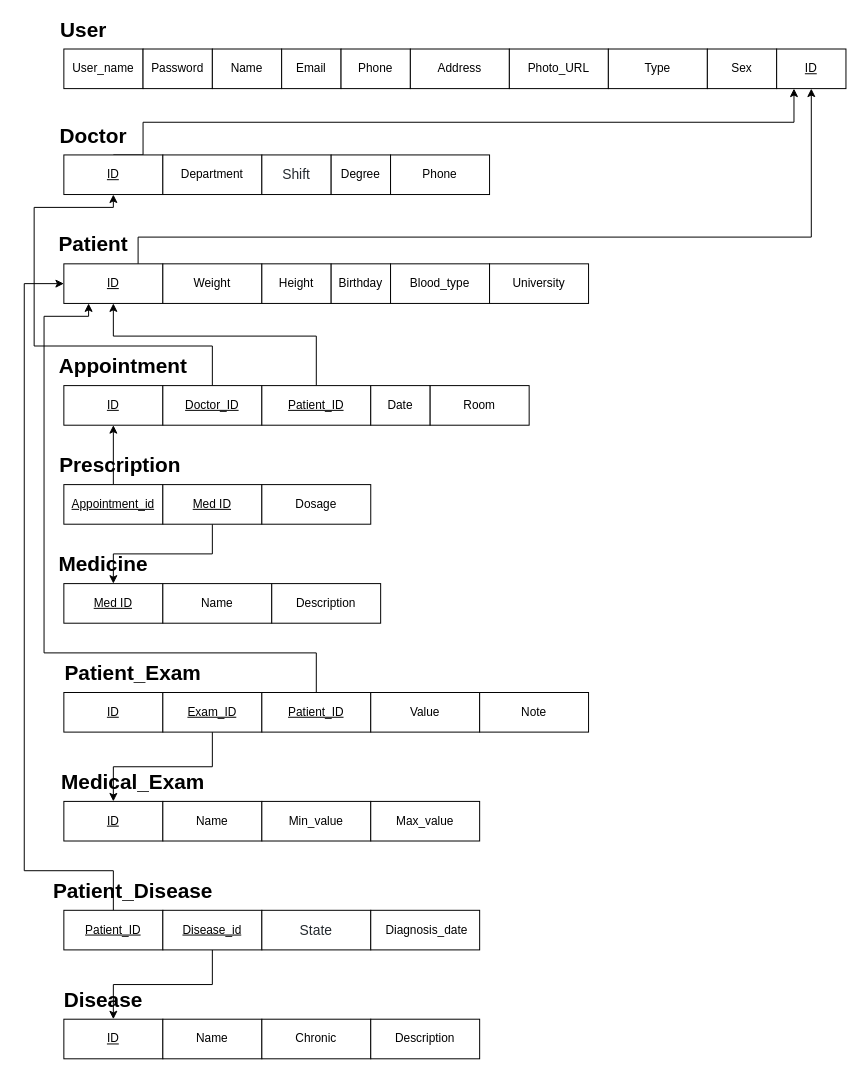
This is docs/schema/schema.drawio from teamGamed/dataBase, a draw.io file, before an edit. Source tidied: cells renumbered, new cells numbered last; positions are measured from the earlier drawing's top-left corner, leaving out a move shared by most shapes. Both pictures are drawn from the tidied source at 99%, with x=0, y=0 at pixel (24, 19).
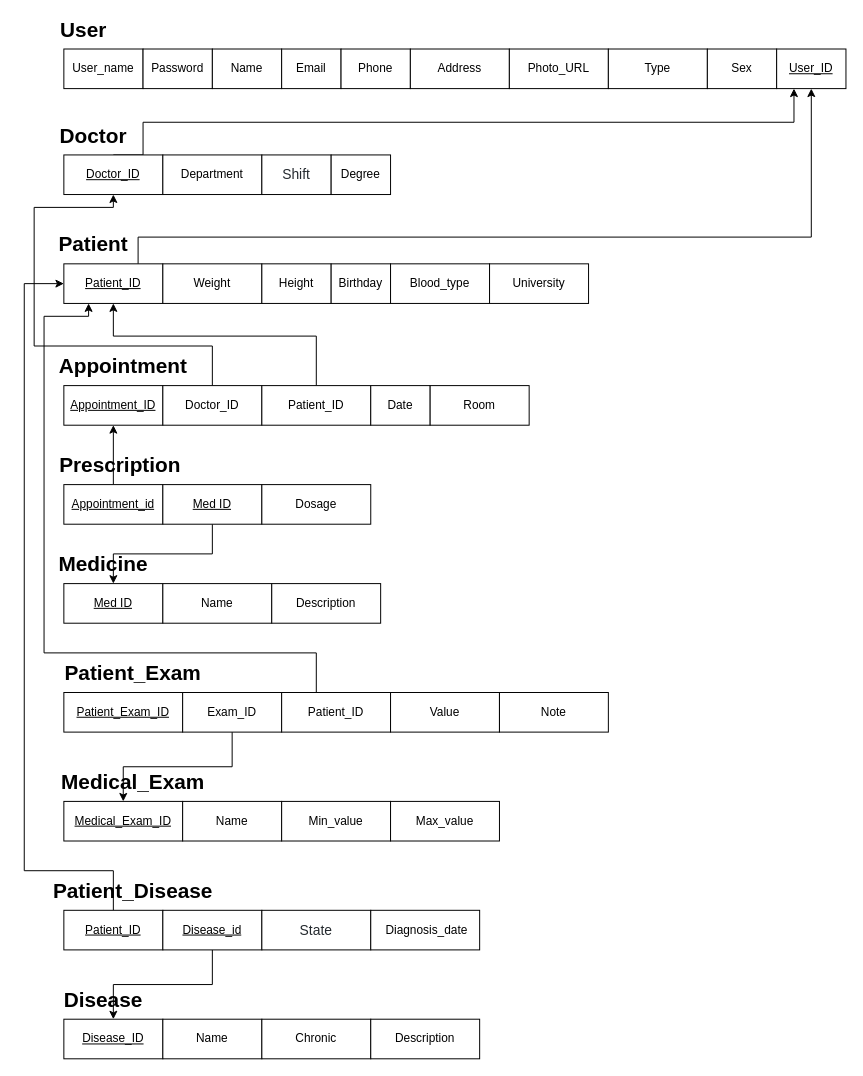
The same page after the edit.

Commit message (it also covers changes not shown here):
fixing (Schema issue #5) - remove Phone field from doctor table - remove underlines for FKs - Rename PKs

What changed in the source:
```diff
@@
-    <mxCell id="13" value="ID" style="whiteSpace=wrap;html=1;align=center;fontStyle=4;" parent="1" vertex="1">
+    <mxCell id="13" value="Doctor_ID" style="whiteSpace=wrap;html=1;align=center;fontStyle=4;" parent="1" vertex="1">
       <mxGeometry x="40" y="137" width="100" height="40" as="geometry" />
     </mxCell>
@@
-    <mxCell id="18" value="Phone" style="whiteSpace=wrap;html=1;align=center;" parent="1" vertex="1">
-      <mxGeometry x="370" y="137" width="100" height="40" as="geometry" />
-    </mxCell>
-    <mxCell id="19" value="&lt;u&gt;ID&lt;/u&gt;" style="whiteSpace=wrap;html=1;align=center;" parent="1" vertex="1">
+    <mxCell id="19" value="&lt;u&gt;User_ID&lt;/u&gt;" style="whiteSpace=wrap;html=1;align=center;" parent="1" vertex="1">
       <mxGeometry x="760" y="30" width="70" height="40" as="geometry" />
     </mxCell>
@@
-    <mxCell id="21" value="ID" style="whiteSpace=wrap;html=1;align=center;fontStyle=4;" parent="1" vertex="1">
+    <mxCell id="21" value="Patient_ID" style="whiteSpace=wrap;html=1;align=center;fontStyle=4;" parent="1" vertex="1">
       <mxGeometry x="40" y="247" width="100" height="40" as="geometry" />
     </mxCell>
@@
-    <mxCell id="27" value="ID" style="whiteSpace=wrap;html=1;align=center;fontStyle=4;" parent="1" vertex="1">
+    <mxCell id="27" value="Appointment_ID" style="whiteSpace=wrap;html=1;align=center;fontStyle=4;" parent="1" vertex="1">
       <mxGeometry x="40" y="370" width="100" height="40" as="geometry" />
     </mxCell>
@@
-    <mxCell id="29" value="Doctor_ID" style="whiteSpace=wrap;html=1;align=center;fontStyle=4;" parent="1" vertex="1">
+    <mxCell id="29" value="Doctor_ID" style="whiteSpace=wrap;html=1;align=center;fontStyle=0;" parent="1" vertex="1">
       <mxGeometry x="140" y="370" width="100" height="40" as="geometry" />
     </mxCell>
@@
-    <mxCell id="32" value="Patient_ID" style="whiteSpace=wrap;html=1;align=center;fontStyle=4;" parent="1" vertex="1">
+    <mxCell id="32" value="Patient_ID" style="whiteSpace=wrap;html=1;align=center;fontStyle=0;" parent="1" vertex="1">
       <mxGeometry x="240" y="370" width="110" height="40" as="geometry" />
     </mxCell>
@@
-    <mxCell id="45" value="ID" style="whiteSpace=wrap;html=1;align=center;fontStyle=4;" parent="1" vertex="1">
-      <mxGeometry x="40" y="680" width="100" height="40" as="geometry" />
+    <mxCell id="45" value="Patient_Exam_ID" style="whiteSpace=wrap;html=1;align=center;fontStyle=4;" parent="1" vertex="1">
+      <mxGeometry x="40" y="680" width="120" height="40" as="geometry" />
     </mxCell>
@@
-    <mxCell id="47" value="Exam_ID" style="whiteSpace=wrap;html=1;align=center;fontStyle=4;" parent="1" vertex="1">
-      <mxGeometry x="140" y="680" width="100" height="40" as="geometry" />
+    <mxCell id="47" value="Exam_ID" style="whiteSpace=wrap;html=1;align=center;fontStyle=0;" parent="1" vertex="1">
+      <mxGeometry x="160" y="680" width="100" height="40" as="geometry" />
     </mxCell>
@@
-    <mxCell id="50" value="Patient_ID" style="whiteSpace=wrap;html=1;align=center;fontStyle=4;" parent="1" vertex="1">
-      <mxGeometry x="240" y="680" width="110" height="40" as="geometry" />
+    <mxCell id="50" value="Patient_ID" style="whiteSpace=wrap;html=1;align=center;fontStyle=0;" parent="1" vertex="1">
+      <mxGeometry x="260" y="680" width="110" height="40" as="geometry" />
     </mxCell>
     <mxCell id="51" value="Value" style="whiteSpace=wrap;html=1;align=center;fontStyle=0;" parent="1" vertex="1">
-      <mxGeometry x="350" y="680" width="110" height="40" as="geometry" />
+      <mxGeometry x="370" y="680" width="110" height="40" as="geometry" />
     </mxCell>
     <mxCell id="52" value="Note" style="whiteSpace=wrap;html=1;align=center;fontStyle=0;" parent="1" vertex="1">
-      <mxGeometry x="460" y="680" width="110" height="40" as="geometry" />
+      <mxGeometry x="480" y="680" width="110" height="40" as="geometry" />
     </mxCell>
-    <mxCell id="53" value="ID" style="whiteSpace=wrap;html=1;align=center;fontStyle=4;" parent="1" vertex="1">
-      <mxGeometry x="40" y="790" width="100" height="40" as="geometry" />
+    <mxCell id="53" value="Medical_Exam_ID" style="whiteSpace=wrap;html=1;align=center;fontStyle=4;" parent="1" vertex="1">
+      <mxGeometry x="40" y="790" width="120" height="40" as="geometry" />
     </mxCell>
     <mxCell id="54" value="Name" style="whiteSpace=wrap;html=1;align=center;fontStyle=0;" parent="1" vertex="1">
-      <mxGeometry x="140" y="790" width="100" height="40" as="geometry" />
+      <mxGeometry x="160" y="790" width="100" height="40" as="geometry" />
     </mxCell>
@@
     <mxCell id="56" value="Min_value" style="whiteSpace=wrap;html=1;align=center;fontStyle=0;" parent="1" vertex="1">
-      <mxGeometry x="240" y="790" width="110" height="40" as="geometry" />
+      <mxGeometry x="260" y="790" width="110" height="40" as="geometry" />
     </mxCell>
     <mxCell id="57" value="Max_value" style="whiteSpace=wrap;html=1;align=center;fontStyle=0;" parent="1" vertex="1">
-      <mxGeometry x="350" y="790" width="110" height="40" as="geometry" />
+      <mxGeometry x="370" y="790" width="110" height="40" as="geometry" />
     </mxCell>
@@
-    <mxCell id="65" value="ID" style="whiteSpace=wrap;html=1;align=center;fontStyle=4;" parent="1" vertex="1">
+    <mxCell id="65" value="Disease_ID" style="whiteSpace=wrap;html=1;align=center;fontStyle=4;" parent="1" vertex="1">
       <mxGeometry x="40" y="1010" width="100" height="40" as="geometry" />
     </mxCell>
```
